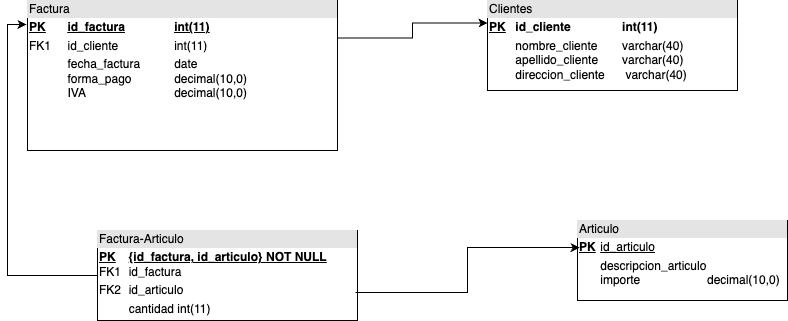
arijalkemy/java-w26 keeps this draw.io diagram as 6. Bases de datos/facturas/facturas.drawio.png. Above is the earlier version. Source tidied: cells renumbered, new cells last; positions are measured from the earlier drawing's top-left corner, leaving out a move shared by most shapes. Source of this version:
```xml
<mxGraphModel>
  <root>
    <mxCell id="0" />
    <mxCell id="1" parent="0" />
    <mxCell id="2" value="&lt;div style=&quot;box-sizing:border-box;width:100%;background:#e4e4e4;padding:2px;&quot;&gt;Clientes&lt;/div&gt;&lt;table style=&quot;width:100%;font-size:1em;&quot; cellpadding=&quot;2&quot; cellspacing=&quot;0&quot;&gt;&lt;tbody&gt;&lt;tr&gt;&lt;td&gt;&lt;u&gt;&lt;b&gt;PK&lt;/b&gt;&lt;/u&gt;&lt;/td&gt;&lt;td&gt;&lt;b&gt;id_cliente&amp;nbsp;&lt;span style=&quot;white-space: pre;&quot;&gt;&#9;&lt;span style=&quot;white-space: pre;&quot;&gt;&#9;&lt;/span&gt;&lt;/span&gt;int(11)&lt;/b&gt;&lt;/td&gt;&lt;/tr&gt;&lt;tr&gt;&lt;td&gt;&lt;br&gt;&lt;/td&gt;&lt;td&gt;nombre_cliente &lt;span style=&quot;white-space: pre;&quot;&gt;&#9;&lt;/span&gt;varchar(40)&lt;br&gt;apellido_cliente&lt;span style=&quot;white-space: pre;&quot;&gt;&#9;&lt;/span&gt;varchar(40)&lt;br&gt;direccion_cliente&lt;span style=&quot;white-space: pre;&quot;&gt;&#9;&lt;/span&gt;&amp;nbsp;varchar(40)&lt;br&gt;&lt;br&gt;&lt;/td&gt;&lt;/tr&gt;&lt;tr&gt;&lt;td&gt;&lt;/td&gt;&lt;td&gt;&lt;br&gt;&lt;/td&gt;&lt;/tr&gt;&lt;/tbody&gt;&lt;/table&gt;" style="verticalAlign=top;align=left;overflow=fill;html=1;whiteSpace=wrap;" parent="1" vertex="1">
      <mxGeometry x="460" width="250" height="90" as="geometry" />
    </mxCell>
    <mxCell id="3" value="&lt;div style=&quot;box-sizing:border-box;width:100%;background:#e4e4e4;padding:2px;&quot;&gt;Articulo&lt;/div&gt;&lt;table style=&quot;width:100%;font-size:1em;&quot; cellpadding=&quot;2&quot; cellspacing=&quot;0&quot;&gt;&lt;tbody&gt;&lt;tr&gt;&lt;td&gt;&lt;b&gt;&lt;u&gt;PK&lt;/u&gt;&lt;/b&gt;&lt;/td&gt;&lt;td&gt;&lt;u&gt;id_articulo&lt;/u&gt;&lt;/td&gt;&lt;/tr&gt;&lt;tr&gt;&lt;td&gt;&lt;/td&gt;&lt;td&gt;descripcion_articulo&lt;br&gt;importe&lt;span style=&quot;white-space: pre;&quot;&gt;&#9;&lt;/span&gt;&lt;span style=&quot;white-space: pre;&quot;&gt;&#9;&lt;/span&gt;&lt;span style=&quot;white-space: pre;&quot;&gt;&#9;&lt;/span&gt;decimal(10,0)&lt;br&gt;&lt;/td&gt;&lt;/tr&gt;&lt;tr&gt;&lt;td&gt;&lt;/td&gt;&lt;td&gt;&lt;br&gt;&lt;/td&gt;&lt;/tr&gt;&lt;/tbody&gt;&lt;/table&gt;" style="verticalAlign=top;align=left;overflow=fill;html=1;whiteSpace=wrap;" parent="1" vertex="1">
      <mxGeometry x="550" y="220" width="210" height="80" as="geometry" />
    </mxCell>
    <mxCell id="4" value="&lt;div style=&quot;box-sizing:border-box;width:100%;background:#e4e4e4;padding:2px;&quot;&gt;Factura-Articulo&lt;/div&gt;&lt;table style=&quot;width:100%;font-size:1em;&quot; cellpadding=&quot;2&quot; cellspacing=&quot;0&quot;&gt;&lt;tbody&gt;&lt;tr&gt;&lt;td&gt;&lt;u&gt;&lt;b&gt;PK&lt;/b&gt;&lt;/u&gt;&lt;br&gt;FK1&lt;/td&gt;&lt;td&gt;&lt;u&gt;&lt;b&gt;{id_factura, id_articulo} NOT NULL&lt;br&gt;&lt;/b&gt;&lt;/u&gt;id_factura&lt;br&gt;&lt;/td&gt;&lt;/tr&gt;&lt;tr&gt;&lt;td&gt;FK2&lt;/td&gt;&lt;td&gt;id_articulo&lt;/td&gt;&lt;/tr&gt;&lt;tr&gt;&lt;td&gt;&lt;/td&gt;&lt;td&gt;cantidad int(11)&lt;/td&gt;&lt;/tr&gt;&lt;/tbody&gt;&lt;/table&gt;" style="verticalAlign=top;align=left;overflow=fill;html=1;whiteSpace=wrap;" parent="1" vertex="1">
      <mxGeometry x="70" y="230" width="260" height="90" as="geometry" />
    </mxCell>
    <mxCell id="5" style="edgeStyle=orthogonalEdgeStyle;rounded=0;jettySize=auto;html=1;exitX=1;exitY=0.25;exitDx=0;exitDy=0;entryX=0;entryY=0.25;entryDx=0;entryDy=0;" parent="1" edge="1" source="6" target="2">
      <mxGeometry relative="1" as="geometry" />
    </mxCell>
    <mxCell id="6" value="&lt;div style=&quot;box-sizing:border-box;width:100%;background:#e4e4e4;padding:2px;&quot;&gt;Factura&lt;/div&gt;&lt;table style=&quot;width:100%;font-size:1em;&quot; cellpadding=&quot;2&quot; cellspacing=&quot;0&quot;&gt;&lt;tbody&gt;&lt;tr&gt;&lt;td&gt;&lt;u&gt;&lt;b&gt;PK&lt;/b&gt;&lt;/u&gt;&lt;/td&gt;&lt;td&gt;&lt;u&gt;&lt;b&gt;id_factura&lt;span style=&quot;white-space: pre;&quot;&gt;&#9;&lt;/span&gt;&lt;span style=&quot;white-space: pre;&quot;&gt;&#9;&lt;/span&gt;int(11)&lt;/b&gt;&lt;/u&gt;&lt;/td&gt;&lt;/tr&gt;&lt;tr&gt;&lt;td&gt;FK1&lt;/td&gt;&lt;td&gt;id_cliente&lt;span style=&quot;white-space: pre;&quot;&gt;&#9;&lt;/span&gt;&lt;span style=&quot;white-space: pre;&quot;&gt;&#9;&lt;/span&gt;&lt;span style=&quot;white-space: pre;&quot;&gt;&#9;&lt;/span&gt;int(11)&lt;/td&gt;&lt;/tr&gt;&lt;tr&gt;&lt;td&gt;&lt;/td&gt;&lt;td&gt;fecha_factura&lt;span style=&quot;white-space: pre;&quot;&gt;&#9;&lt;/span&gt;&lt;span style=&quot;white-space: pre;&quot;&gt;&#9;&lt;/span&gt;date&lt;br&gt;forma_pago&lt;span style=&quot;white-space: pre;&quot;&gt;&#9;&lt;/span&gt;&amp;nbsp; &amp;nbsp; &amp;nbsp; &amp;nbsp;&amp;nbsp;decimal(10,0)&lt;br&gt;IVA&lt;span style=&quot;white-space: pre;&quot;&gt;&#9;&lt;/span&gt;&lt;span style=&quot;white-space: pre;&quot;&gt;&#9;&lt;/span&gt;&lt;span style=&quot;white-space: pre;&quot;&gt;&#9;&lt;/span&gt;&lt;span style=&quot;white-space: pre;&quot;&gt;&#9;&lt;/span&gt;decimal(10,0)&lt;br&gt;&lt;br&gt;&lt;br&gt;&lt;/td&gt;&lt;/tr&gt;&lt;/tbody&gt;&lt;/table&gt;" style="verticalAlign=top;align=left;overflow=fill;html=1;whiteSpace=wrap;" parent="1" vertex="1">
      <mxGeometry width="310" height="150" as="geometry" />
    </mxCell>
    <mxCell id="7" style="edgeStyle=orthogonalEdgeStyle;rounded=0;jettySize=auto;html=1;exitX=0.992;exitY=0.689;exitDx=0;exitDy=0;entryX=0.01;entryY=0.338;entryDx=0;entryDy=0;entryPerimeter=0;exitPerimeter=0;" parent="1" edge="1" source="4" target="3">
      <mxGeometry relative="1" as="geometry" />
    </mxCell>
    <mxCell id="8" style="edgeStyle=orthogonalEdgeStyle;rounded=0;jettySize=auto;html=1;exitX=0;exitY=0.5;exitDx=0;exitDy=0;entryX=-0.003;entryY=0.16;entryDx=0;entryDy=0;entryPerimeter=0;" parent="1" edge="1" source="4" target="6">
      <mxGeometry relative="1" as="geometry" />
    </mxCell>
  </root>
</mxGraphModel>
```
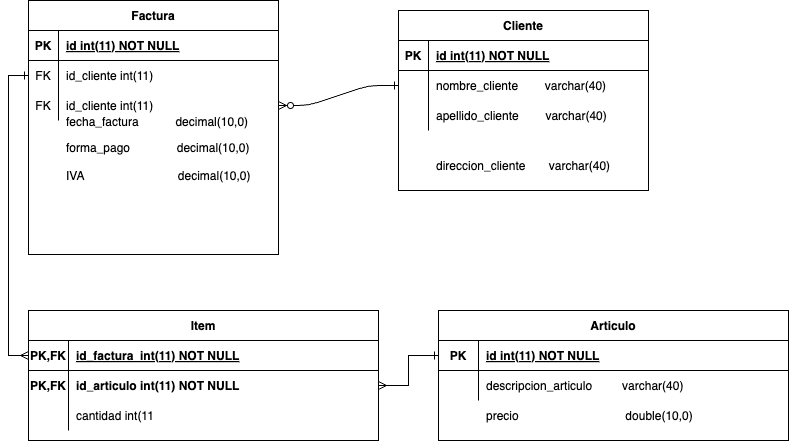
Above is the later version.

Commit message:
modifico der factura

The edit, as a diff of the source:
```diff
@@ -2,26 +2,155 @@
   <root>
     <mxCell id="0" />
     <mxCell id="1" parent="0" />
-    <mxCell id="2" value="&lt;div style=&quot;box-sizing:border-box;width:100%;background:#e4e4e4;padding:2px;&quot;&gt;Clientes&lt;/div&gt;&lt;table style=&quot;width:100%;font-size:1em;&quot; cellpadding=&quot;2&quot; cellspacing=&quot;0&quot;&gt;&lt;tbody&gt;&lt;tr&gt;&lt;td&gt;&lt;u&gt;&lt;b&gt;PK&lt;/b&gt;&lt;/u&gt;&lt;/td&gt;&lt;td&gt;&lt;b&gt;id_cliente&amp;nbsp;&lt;span style=&quot;white-space: pre;&quot;&gt;&#9;&lt;span style=&quot;white-space: pre;&quot;&gt;&#9;&lt;/span&gt;&lt;/span&gt;int(11)&lt;/b&gt;&lt;/td&gt;&lt;/tr&gt;&lt;tr&gt;&lt;td&gt;&lt;br&gt;&lt;/td&gt;&lt;td&gt;nombre_cliente &lt;span style=&quot;white-space: pre;&quot;&gt;&#9;&lt;/span&gt;varchar(40)&lt;br&gt;apellido_cliente&lt;span style=&quot;white-space: pre;&quot;&gt;&#9;&lt;/span&gt;varchar(40)&lt;br&gt;direccion_cliente&lt;span style=&quot;white-space: pre;&quot;&gt;&#9;&lt;/span&gt;&amp;nbsp;varchar(40)&lt;br&gt;&lt;br&gt;&lt;/td&gt;&lt;/tr&gt;&lt;tr&gt;&lt;td&gt;&lt;/td&gt;&lt;td&gt;&lt;br&gt;&lt;/td&gt;&lt;/tr&gt;&lt;/tbody&gt;&lt;/table&gt;" style="verticalAlign=top;align=left;overflow=fill;html=1;whiteSpace=wrap;" parent="1" vertex="1">
-      <mxGeometry x="460" width="250" height="90" as="geometry" />
-    </mxCell>
-    <mxCell id="3" value="&lt;div style=&quot;box-sizing:border-box;width:100%;background:#e4e4e4;padding:2px;&quot;&gt;Articulo&lt;/div&gt;&lt;table style=&quot;width:100%;font-size:1em;&quot; cellpadding=&quot;2&quot; cellspacing=&quot;0&quot;&gt;&lt;tbody&gt;&lt;tr&gt;&lt;td&gt;&lt;b&gt;&lt;u&gt;PK&lt;/u&gt;&lt;/b&gt;&lt;/td&gt;&lt;td&gt;&lt;u&gt;id_articulo&lt;/u&gt;&lt;/td&gt;&lt;/tr&gt;&lt;tr&gt;&lt;td&gt;&lt;/td&gt;&lt;td&gt;descripcion_articulo&lt;br&gt;importe&lt;span style=&quot;white-space: pre;&quot;&gt;&#9;&lt;/span&gt;&lt;span style=&quot;white-space: pre;&quot;&gt;&#9;&lt;/span&gt;&lt;span style=&quot;white-space: pre;&quot;&gt;&#9;&lt;/span&gt;decimal(10,0)&lt;br&gt;&lt;/td&gt;&lt;/tr&gt;&lt;tr&gt;&lt;td&gt;&lt;/td&gt;&lt;td&gt;&lt;br&gt;&lt;/td&gt;&lt;/tr&gt;&lt;/tbody&gt;&lt;/table&gt;" style="verticalAlign=top;align=left;overflow=fill;html=1;whiteSpace=wrap;" parent="1" vertex="1">
-      <mxGeometry x="550" y="220" width="210" height="80" as="geometry" />
-    </mxCell>
-    <mxCell id="4" value="&lt;div style=&quot;box-sizing:border-box;width:100%;background:#e4e4e4;padding:2px;&quot;&gt;Factura-Articulo&lt;/div&gt;&lt;table style=&quot;width:100%;font-size:1em;&quot; cellpadding=&quot;2&quot; cellspacing=&quot;0&quot;&gt;&lt;tbody&gt;&lt;tr&gt;&lt;td&gt;&lt;u&gt;&lt;b&gt;PK&lt;/b&gt;&lt;/u&gt;&lt;br&gt;FK1&lt;/td&gt;&lt;td&gt;&lt;u&gt;&lt;b&gt;{id_factura, id_articulo} NOT NULL&lt;br&gt;&lt;/b&gt;&lt;/u&gt;id_factura&lt;br&gt;&lt;/td&gt;&lt;/tr&gt;&lt;tr&gt;&lt;td&gt;FK2&lt;/td&gt;&lt;td&gt;id_articulo&lt;/td&gt;&lt;/tr&gt;&lt;tr&gt;&lt;td&gt;&lt;/td&gt;&lt;td&gt;cantidad int(11)&lt;/td&gt;&lt;/tr&gt;&lt;/tbody&gt;&lt;/table&gt;" style="verticalAlign=top;align=left;overflow=fill;html=1;whiteSpace=wrap;" parent="1" vertex="1">
-      <mxGeometry x="70" y="230" width="260" height="90" as="geometry" />
-    </mxCell>
-    <mxCell id="5" style="edgeStyle=orthogonalEdgeStyle;rounded=0;jettySize=auto;html=1;exitX=1;exitY=0.25;exitDx=0;exitDy=0;entryX=0;entryY=0.25;entryDx=0;entryDy=0;" parent="1" edge="1" source="6" target="2">
-      <mxGeometry relative="1" as="geometry" />
-    </mxCell>
-    <mxCell id="6" value="&lt;div style=&quot;box-sizing:border-box;width:100%;background:#e4e4e4;padding:2px;&quot;&gt;Factura&lt;/div&gt;&lt;table style=&quot;width:100%;font-size:1em;&quot; cellpadding=&quot;2&quot; cellspacing=&quot;0&quot;&gt;&lt;tbody&gt;&lt;tr&gt;&lt;td&gt;&lt;u&gt;&lt;b&gt;PK&lt;/b&gt;&lt;/u&gt;&lt;/td&gt;&lt;td&gt;&lt;u&gt;&lt;b&gt;id_factura&lt;span style=&quot;white-space: pre;&quot;&gt;&#9;&lt;/span&gt;&lt;span style=&quot;white-space: pre;&quot;&gt;&#9;&lt;/span&gt;int(11)&lt;/b&gt;&lt;/u&gt;&lt;/td&gt;&lt;/tr&gt;&lt;tr&gt;&lt;td&gt;FK1&lt;/td&gt;&lt;td&gt;id_cliente&lt;span style=&quot;white-space: pre;&quot;&gt;&#9;&lt;/span&gt;&lt;span style=&quot;white-space: pre;&quot;&gt;&#9;&lt;/span&gt;&lt;span style=&quot;white-space: pre;&quot;&gt;&#9;&lt;/span&gt;int(11)&lt;/td&gt;&lt;/tr&gt;&lt;tr&gt;&lt;td&gt;&lt;/td&gt;&lt;td&gt;fecha_factura&lt;span style=&quot;white-space: pre;&quot;&gt;&#9;&lt;/span&gt;&lt;span style=&quot;white-space: pre;&quot;&gt;&#9;&lt;/span&gt;date&lt;br&gt;forma_pago&lt;span style=&quot;white-space: pre;&quot;&gt;&#9;&lt;/span&gt;&amp;nbsp; &amp;nbsp; &amp;nbsp; &amp;nbsp;&amp;nbsp;decimal(10,0)&lt;br&gt;IVA&lt;span style=&quot;white-space: pre;&quot;&gt;&#9;&lt;/span&gt;&lt;span style=&quot;white-space: pre;&quot;&gt;&#9;&lt;/span&gt;&lt;span style=&quot;white-space: pre;&quot;&gt;&#9;&lt;/span&gt;&lt;span style=&quot;white-space: pre;&quot;&gt;&#9;&lt;/span&gt;decimal(10,0)&lt;br&gt;&lt;br&gt;&lt;br&gt;&lt;/td&gt;&lt;/tr&gt;&lt;/tbody&gt;&lt;/table&gt;" style="verticalAlign=top;align=left;overflow=fill;html=1;whiteSpace=wrap;" parent="1" vertex="1">
-      <mxGeometry width="310" height="150" as="geometry" />
-    </mxCell>
-    <mxCell id="7" style="edgeStyle=orthogonalEdgeStyle;rounded=0;jettySize=auto;html=1;exitX=0.992;exitY=0.689;exitDx=0;exitDy=0;entryX=0.01;entryY=0.338;entryDx=0;entryDy=0;entryPerimeter=0;exitPerimeter=0;" parent="1" edge="1" source="4" target="3">
-      <mxGeometry relative="1" as="geometry" />
-    </mxCell>
-    <mxCell id="8" style="edgeStyle=orthogonalEdgeStyle;rounded=0;jettySize=auto;html=1;exitX=0;exitY=0.5;exitDx=0;exitDy=0;entryX=-0.003;entryY=0.16;entryDx=0;entryDy=0;entryPerimeter=0;" parent="1" edge="1" source="4" target="6">
-      <mxGeometry relative="1" as="geometry" />
-    </mxCell>
+    <mxCell id="9" style="edgeStyle=entityRelationEdgeStyle;endArrow=ERzeroToMany;startArrow=ERone;endFill=1;startFill=0;exitX=0;exitY=0.5;exitDx=0;exitDy=0;entryX=1;entryY=0.5;entryDx=0;entryDy=0;" parent="1" edge="1" source="14" target="38">
+      <mxGeometry relative="1" as="geometry" />
+    </mxCell>
+    <mxCell id="10" value="Cliente" style="shape=table;startSize=30;rowLines=0;fontStyle=1;align=center;" parent="1" vertex="1">
+      <mxGeometry x="410" y="70" width="250" height="180" as="geometry" />
+    </mxCell>
+    <mxCell id="11" style="shape=partialRectangle;fillColor=none;top=0;left=0;right=0;bottom=1;" parent="10" vertex="1">
+      <mxGeometry y="30" width="250" height="30" as="geometry" />
+    </mxCell>
+    <mxCell id="12" value="PK" style="shape=partialRectangle;overflow=hidden;fillColor=none;top=0;left=0;bottom=0;right=0;fontStyle=1;" parent="11" vertex="1">
+      <mxGeometry width="30" height="30" as="geometry" />
+    </mxCell>
+    <mxCell id="13" value="id int(11) NOT NULL " style="shape=partialRectangle;overflow=hidden;fillColor=none;top=0;left=0;bottom=0;right=0;align=left;spacingLeft=6;fontStyle=5;" parent="11" vertex="1">
+      <mxGeometry x="30" width="220" height="30" as="geometry" />
+    </mxCell>
+    <mxCell id="14" style="shape=partialRectangle;fillColor=none;points=[[0,0.5],[1,0.5]];portConstraint=eastwest;top=0;left=0;right=0;bottom=0;" parent="10" vertex="1">
+      <mxGeometry y="60" width="250" height="30" as="geometry" />
+    </mxCell>
+    <mxCell id="15" style="shape=partialRectangle;overflow=hidden;fillColor=none;top=0;left=0;bottom=0;right=0;" parent="14" vertex="1">
+      <mxGeometry width="30" height="30" as="geometry" />
+    </mxCell>
+    <mxCell id="16" value="nombre_cliente        varchar(40)" style="shape=partialRectangle;overflow=hidden;fillColor=none;top=0;left=0;bottom=0;right=0;align=left;spacingLeft=6;" parent="14" vertex="1">
+      <mxGeometry x="30" width="220" height="30" as="geometry" />
+    </mxCell>
+    <mxCell id="17" style="shape=partialRectangle;fillColor=none;top=0;left=0;right=0;bottom=0;" parent="10" vertex="1">
+      <mxGeometry y="90" width="250" height="30" as="geometry" />
+    </mxCell>
+    <mxCell id="18" style="shape=partialRectangle;overflow=hidden;fillColor=none;top=0;left=0;bottom=0;right=0;" parent="17" vertex="1">
+      <mxGeometry width="30" height="30" as="geometry" />
+    </mxCell>
+    <mxCell id="19" value="apellido_cliente        varchar(40)" style="shape=partialRectangle;overflow=hidden;fillColor=none;top=0;left=0;bottom=0;right=0;align=left;spacingLeft=6;" parent="17" vertex="1">
+      <mxGeometry x="30" width="220" height="30" as="geometry" />
+    </mxCell>
+    <mxCell id="20" value="Item" style="shape=table;startSize=30;rowLines=0;fontStyle=1;align=center;" parent="1" vertex="1">
+      <mxGeometry x="40" y="370" width="350" height="130" as="geometry" />
+    </mxCell>
+    <mxCell id="21" style="shape=partialRectangle;fillColor=none;points=[[0,0.5],[1,0.5]];portConstraint=eastwest;top=0;left=0;right=0;bottom=1;" parent="20" vertex="1">
+      <mxGeometry y="30" width="350" height="30" as="geometry" />
+    </mxCell>
+    <mxCell id="22" value="PK,FK" style="shape=partialRectangle;overflow=hidden;fillColor=none;top=0;left=0;bottom=0;right=0;fontStyle=1;" parent="21" vertex="1">
+      <mxGeometry width="40" height="30" as="geometry" />
+    </mxCell>
+    <mxCell id="23" value="id_factura  int(11) NOT NULL " style="shape=partialRectangle;overflow=hidden;fillColor=none;top=0;left=0;bottom=0;right=0;align=left;spacingLeft=6;fontStyle=5;" parent="21" vertex="1">
+      <mxGeometry x="40" width="310" height="30" as="geometry" />
+    </mxCell>
+    <mxCell id="24" style="shape=partialRectangle;fillColor=none;points=[[0,0.5],[1,0.5]];portConstraint=eastwest;top=0;left=0;right=0;bottom=0;" parent="20" vertex="1">
+      <mxGeometry y="60" width="350" height="30" as="geometry" />
+    </mxCell>
+    <mxCell id="25" value="PK,FK" style="shape=partialRectangle;overflow=hidden;fillColor=none;top=0;left=0;bottom=0;right=0;fontStyle=1;" parent="24" vertex="1">
+      <mxGeometry width="40" height="30" as="geometry" />
+    </mxCell>
+    <mxCell id="26" value="id_articulo int(11) NOT NULL" style="shape=partialRectangle;overflow=hidden;fillColor=none;top=0;left=0;bottom=0;right=0;align=left;spacingLeft=6;fontStyle=1;" parent="24" vertex="1">
+      <mxGeometry x="40" width="310" height="30" as="geometry" />
+    </mxCell>
+    <mxCell id="27" style="shape=partialRectangle;fillColor=none;top=0;left=0;right=0;bottom=0;" parent="20" vertex="1">
+      <mxGeometry y="90" width="350" height="30" as="geometry" />
+    </mxCell>
+    <mxCell id="28" style="shape=partialRectangle;overflow=hidden;fillColor=none;top=0;left=0;bottom=0;right=0;" parent="27" vertex="1">
+      <mxGeometry width="40" height="30" as="geometry" />
+    </mxCell>
+    <mxCell id="29" value="cantidad int(11" style="shape=partialRectangle;overflow=hidden;fillColor=none;top=0;left=0;bottom=0;right=0;align=left;spacingLeft=6;" parent="27" vertex="1">
+      <mxGeometry x="40" width="310" height="30" as="geometry" />
+    </mxCell>
+    <mxCell id="30" style="group;" parent="1" vertex="1">
+      <mxGeometry x="40" y="60" width="250" height="210" as="geometry" />
+    </mxCell>
+    <mxCell id="31" value="Factura" style="shape=table;startSize=30;rowLines=0;fontStyle=1;align=center;" parent="30" vertex="1">
+      <mxGeometry width="250" height="254" as="geometry" />
+    </mxCell>
+    <mxCell id="32" style="shape=partialRectangle;fillColor=none;top=0;left=0;right=0;bottom=1;" parent="31" vertex="1">
+      <mxGeometry y="30" width="250" height="30" as="geometry" />
+    </mxCell>
+    <mxCell id="33" value="PK" style="shape=partialRectangle;overflow=hidden;fillColor=none;top=0;left=0;bottom=0;right=0;fontStyle=1;" parent="32" vertex="1">
+      <mxGeometry width="30" height="30" as="geometry" />
+    </mxCell>
+    <mxCell id="34" value="id int(11) NOT NULL " style="shape=partialRectangle;overflow=hidden;fillColor=none;top=0;left=0;bottom=0;right=0;align=left;spacingLeft=6;fontStyle=5;" parent="32" vertex="1">
+      <mxGeometry x="30" width="220" height="30" as="geometry" />
+    </mxCell>
+    <mxCell id="35" style="shape=partialRectangle;fillColor=none;points=[[0,0.5],[1,0.5]];portConstraint=eastwest;top=0;left=0;right=0;bottom=0;" parent="31" vertex="1">
+      <mxGeometry y="60" width="250" height="30" as="geometry" />
+    </mxCell>
+    <mxCell id="36" value="FK" style="shape=partialRectangle;overflow=hidden;fillColor=none;top=0;left=0;bottom=0;right=0;" parent="35" vertex="1">
+      <mxGeometry width="30" height="30" as="geometry" />
+    </mxCell>
+    <mxCell id="37" value="id_cliente int(11)" style="shape=partialRectangle;overflow=hidden;fillColor=none;top=0;left=0;bottom=0;right=0;align=left;spacingLeft=6;" parent="35" vertex="1">
+      <mxGeometry x="30" width="220" height="30" as="geometry" />
+    </mxCell>
+    <mxCell id="38" style="shape=partialRectangle;fillColor=none;points=[[0,0.5],[1,0.5]];portConstraint=eastwest;top=0;left=0;right=0;bottom=0;" parent="31" vertex="1">
+      <mxGeometry y="90" width="250" height="30" as="geometry" />
+    </mxCell>
+    <mxCell id="39" value="FK" style="shape=partialRectangle;overflow=hidden;fillColor=none;top=0;left=0;bottom=0;right=0;" parent="38" vertex="1">
+      <mxGeometry width="30" height="30" as="geometry" />
+    </mxCell>
+    <mxCell id="40" value="id_cliente int(11)" style="shape=partialRectangle;overflow=hidden;fillColor=none;top=0;left=0;bottom=0;right=0;align=left;spacingLeft=6;" parent="38" vertex="1">
+      <mxGeometry x="30" width="220" height="30" as="geometry" />
+    </mxCell>
+    <mxCell id="41" style="shape=partialRectangle;fillColor=none;top=0;left=0;right=0;bottom=0;" parent="30" vertex="1">
+      <mxGeometry y="126" width="250" height="42" as="geometry" />
+    </mxCell>
+    <mxCell id="42" style="shape=partialRectangle;overflow=hidden;fillColor=none;top=0;left=0;bottom=0;right=0;" parent="41" vertex="1">
+      <mxGeometry width="30" height="42" as="geometry" />
+    </mxCell>
+    <mxCell id="43" style="shape=partialRectangle;fillColor=none;top=0;left=0;right=0;bottom=0;" parent="30" vertex="1">
+      <mxGeometry y="168" width="250" height="42" as="geometry" />
+    </mxCell>
+    <mxCell id="44" style="shape=partialRectangle;overflow=hidden;fillColor=none;top=0;left=0;bottom=0;right=0;" parent="43" vertex="1">
+      <mxGeometry width="30" height="42" as="geometry" />
+    </mxCell>
+    <mxCell id="45" value="IVA                            decimal(10,0)" style="shape=partialRectangle;overflow=hidden;fillColor=none;top=0;left=0;bottom=0;right=0;align=left;spacingLeft=6;" parent="43" vertex="1">
+      <mxGeometry x="30" y="-14" width="220" height="42" as="geometry" />
+    </mxCell>
+    <mxCell id="46" value="forma_pago              decimal(10,0)" style="shape=partialRectangle;overflow=hidden;fillColor=none;top=0;left=0;bottom=0;right=0;align=left;spacingLeft=6;" parent="30" vertex="1">
+      <mxGeometry x="30" y="126" width="220" height="42" as="geometry" />
+    </mxCell>
+    <mxCell id="47" value="fecha_factura           decimal(10,0)" style="shape=partialRectangle;overflow=hidden;fillColor=none;top=0;left=0;bottom=0;right=0;align=left;spacingLeft=6;" parent="30" vertex="1">
+      <mxGeometry x="30" y="100" width="220" height="42" as="geometry" />
+    </mxCell>
+    <mxCell id="48" value="direccion_cliente       varchar(40)" style="shape=partialRectangle;overflow=hidden;fillColor=none;top=0;left=0;bottom=0;right=0;align=left;spacingLeft=6;" parent="1" vertex="1">
+      <mxGeometry x="440" y="210" width="220" height="30" as="geometry" />
+    </mxCell>
+    <mxCell id="49" style="edgeStyle=orthogonalEdgeStyle;rounded=0;jettySize=auto;html=1;exitX=0;exitY=0.5;exitDx=0;exitDy=0;entryX=0;entryY=0.5;entryDx=0;entryDy=0;startArrow=ERone;startFill=0;endArrow=ERmany;endFill=0;" parent="1" edge="1" source="35" target="21">
+      <mxGeometry relative="1" as="geometry" />
+    </mxCell>
+    <mxCell id="50" value="Articulo" style="shape=table;startSize=30;rowLines=0;fontStyle=1;align=center;" parent="1" vertex="1">
+      <mxGeometry x="450" y="370" width="350" height="130" as="geometry" />
+    </mxCell>
+    <mxCell id="51" style="shape=partialRectangle;fillColor=none;points=[[0,0.5],[1,0.5]];portConstraint=eastwest;top=0;left=0;right=0;bottom=1;" parent="50" vertex="1">
+      <mxGeometry y="30" width="350" height="30" as="geometry" />
+    </mxCell>
+    <mxCell id="52" value="PK" style="shape=partialRectangle;overflow=hidden;fillColor=none;top=0;left=0;bottom=0;right=0;fontStyle=1;" parent="51" vertex="1">
+      <mxGeometry width="40" height="30" as="geometry" />
+    </mxCell>
+    <mxCell id="53" value="id int(11) NOT NULL" style="shape=partialRectangle;overflow=hidden;fillColor=none;top=0;left=0;bottom=0;right=0;align=left;spacingLeft=6;fontStyle=5;" parent="51" vertex="1">
+      <mxGeometry x="40" width="310" height="30" as="geometry" />
+    </mxCell>
+    <mxCell id="54" style="shape=partialRectangle;fillColor=none;top=0;left=0;right=0;bottom=0;" parent="50" vertex="1">
+      <mxGeometry y="60" width="350" height="30" as="geometry" />
+    </mxCell>
+    <mxCell id="55" style="shape=partialRectangle;overflow=hidden;fillColor=none;top=0;left=0;bottom=0;right=0;fontStyle=1;" parent="54" vertex="1">
+      <mxGeometry width="40" height="30" as="geometry" />
+    </mxCell>
+    <mxCell id="56" value="descripcion_articulo         varchar(40)" style="shape=partialRectangle;overflow=hidden;fillColor=none;top=0;left=0;bottom=0;right=0;align=left;spacingLeft=6;fontStyle=0;" parent="54" vertex="1">
+      <mxGeometry x="40" width="310" height="30" as="geometry" />
+    </mxCell>
+    <mxCell id="57" value="precio                                double(10,0)" style="shape=partialRectangle;overflow=hidden;fillColor=none;top=0;left=0;bottom=0;right=0;align=left;spacingLeft=6;" parent="1" vertex="1">
+      <mxGeometry x="490" y="460" width="310" height="30" as="geometry" />
+    </mxCell>
+    <mxCell id="58" style="edgeStyle=orthogonalEdgeStyle;rounded=0;jettySize=auto;html=1;exitX=1;exitY=0.5;exitDx=0;exitDy=0;entryX=0;entryY=0.5;entryDx=0;entryDy=0;startArrow=ERmany;startFill=0;endArrow=ERone;endFill=0;" parent="1" edge="1" source="24" target="51">
+      <mxGeometry relative="1" as="geometry" />
+    </mxCell>
   </root>
 </mxGraphModel>
```
